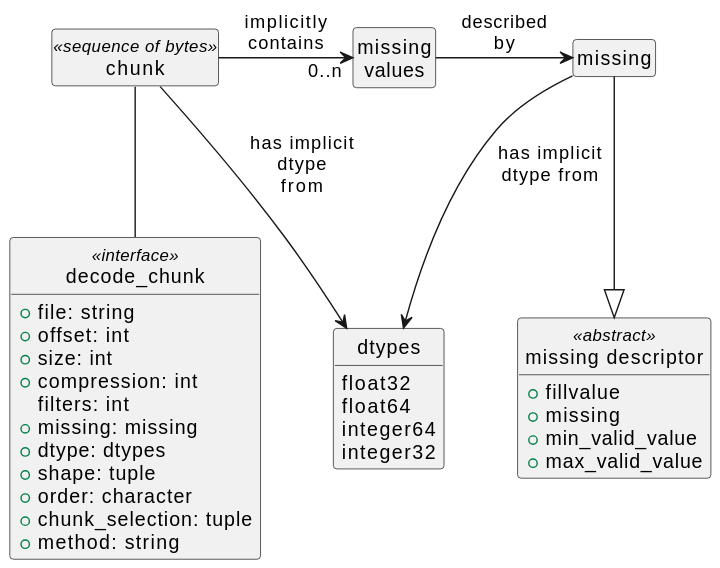
Above: doc/figures/software-view1.svg in NCAS-CMS/PyActiveStorage (PlantUML), before the change.
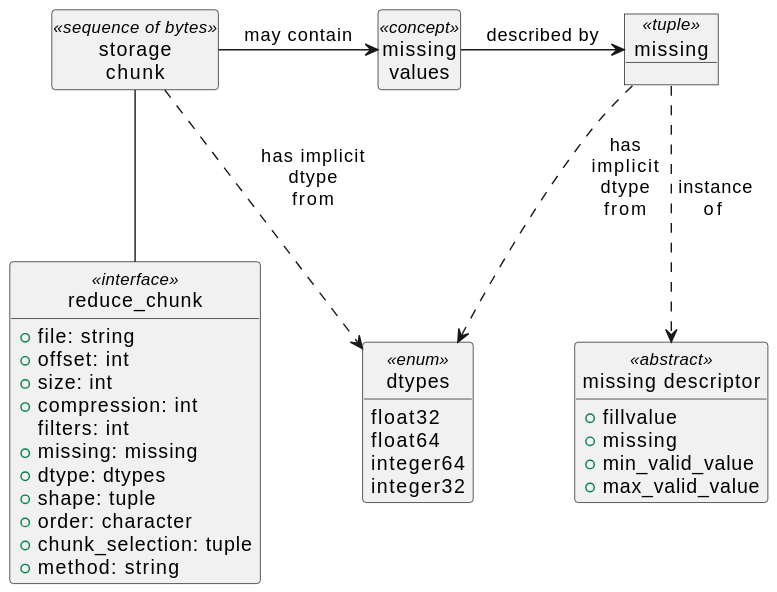
After the change.

Commit message:
updated software figure

What changed in the source:
```diff
@@ -11,14 +11,14 @@
     +max_valid_value
 }
 
-enum dtypes  {
+enum dtypes <<enum>> {
     float32
     float64
     integer64
     integer32
 }
 
-class decode_chunk <<interface>>   {
+class reduce_chunk <<interface>>   {
     +file: string
     +offset: int
     +size: int
@@ -33,19 +33,20 @@
 
     }
 
-    class missing
+    object missing <<tuple>>
 
-    missing --|>"missing descriptor"
-    class chunk <<sequence of bytes>>
-    class "missing\nvalues" as MV
+    missing ..> "missing descriptor" : "\n\n instance\nof"
+    class "storage\nchunk" as chunk  <<sequence of bytes>>
+    class "missing\nvalues" as MV <<concept>>
 
-    chunk -- decode_chunk
+    chunk -- reduce_chunk
 
 
-    missing -> dtypes: has implicit\ndtype from
-    chunk --> dtypes: has implicit\ndtype\nfrom
-    chunk -> "0..n" MV: implicitly\ncontains
-    MV -> missing: described\nby
+    missing .> dtypes: has\nimplicit\ndtype\nfrom
+    chunk -> MV: may contain
+    chunk ..> dtypes: has implicit\ndtype\nfrom
+
+    MV -> missing: described by
 
 
 @enduml
```
